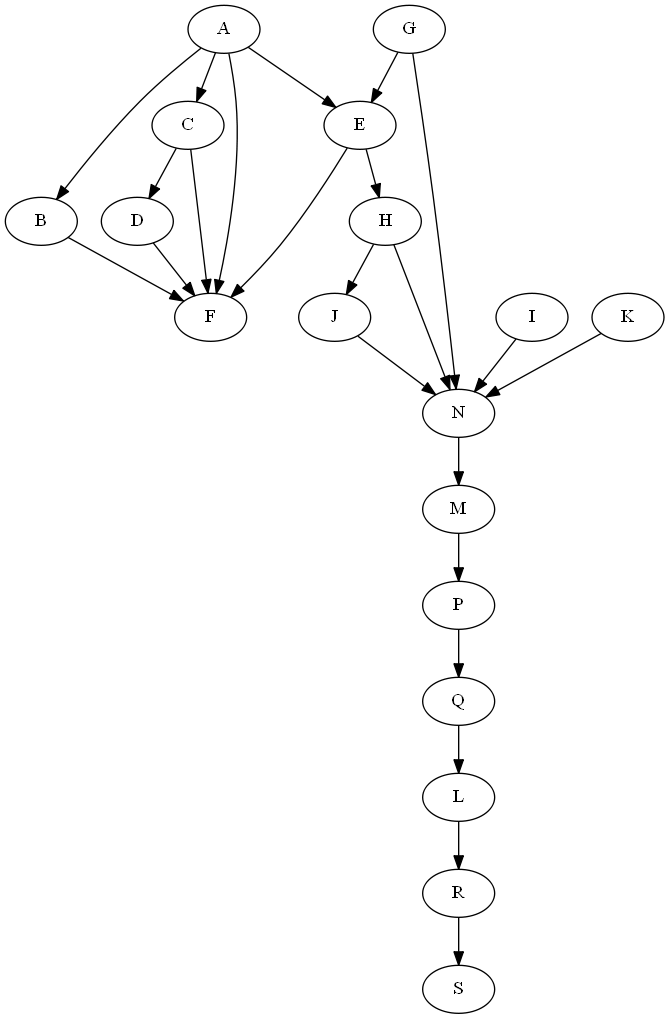
Earlier version of the Graphviz export Work/src/Digraph.gv.png (C3-Hack/Tirano-Cup). Its source is kept beside it as Work/src/Digraph.gv. Source of this version:
```dot
digraph {
	A -> B
	A -> C
	C -> D
	A -> E
	G -> E
	A -> F
	B -> F
	C -> F
	D -> F
	E -> F
	E -> H
	H -> J
	Q -> L
	N -> M
	G -> N
	H -> N
	I -> N
	J -> N
	K -> N
	M -> P
	P -> Q
	L -> R
	R -> S
}
```
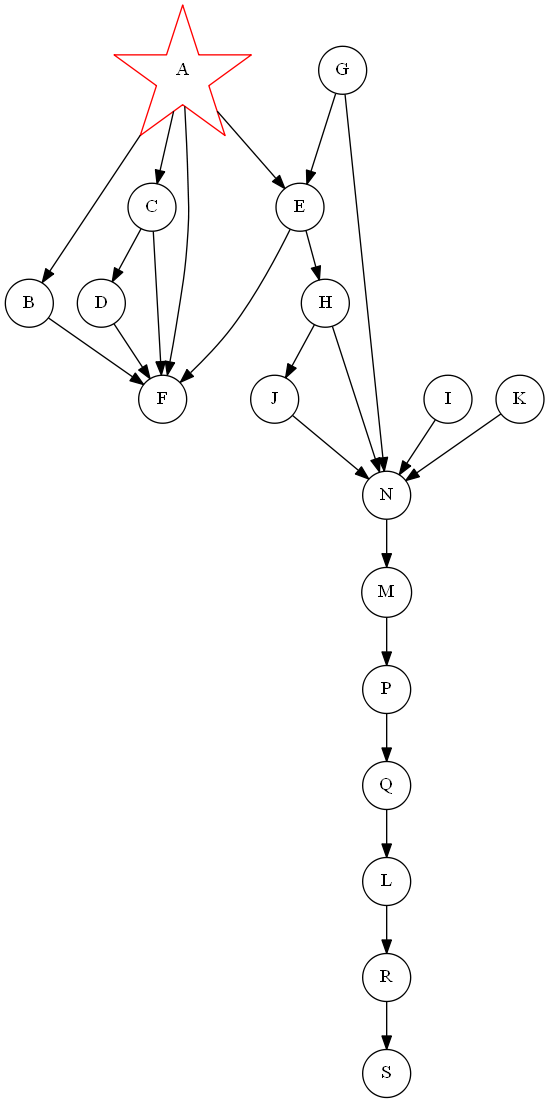
Later version of the same file.

Diff of the diagram source:
```diff
@@ -1,25 +1,60 @@
 digraph {
+	node [color=red shape=star]
+	A
+	node [color=black shape=circle]
+	B
 	A -> B
+	node [color=red shape=star]
+	A
+	node [color=black shape=circle]
+	C
 	A -> C
+	node [color=black shape=circle]
 	C -> D
+	node [color=red shape=star]
+	A
+	node [color=black shape=circle]
+	E
 	A -> E
+	node [color=black shape=circle]
 	G -> E
+	node [color=red shape=star]
+	A
+	node [color=black shape=circle]
+	F
 	A -> F
+	node [color=black shape=circle]
 	B -> F
+	node [color=black shape=circle]
 	C -> F
+	node [color=black shape=circle]
 	D -> F
+	node [color=black shape=circle]
 	E -> F
+	node [color=black shape=circle]
 	E -> H
+	node [color=black shape=circle]
 	H -> J
+	node [color=black shape=circle]
 	Q -> L
+	node [color=black shape=circle]
 	N -> M
+	node [color=black shape=circle]
 	G -> N
+	node [color=black shape=circle]
 	H -> N
+	node [color=black shape=circle]
 	I -> N
+	node [color=black shape=circle]
 	J -> N
+	node [color=black shape=circle]
 	K -> N
+	node [color=black shape=circle]
 	M -> P
+	node [color=black shape=circle]
 	P -> Q
+	node [color=black shape=circle]
 	L -> R
+	node [color=black shape=circle]
 	R -> S
 }
```
